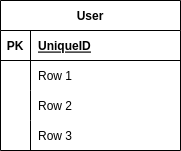
This is Book_Exchange.drawio.png from sobirjonovme/book_exchange_api, a draw.io export, as it was before one commit. Source tidied: cells renumbered, new cells last; positions are measured from the earlier drawing's top-left corner, leaving out a move shared by most shapes. Its diagram source:
```xml
<mxGraphModel>
  <root>
    <mxCell id="0" />
    <mxCell id="1" parent="0" />
    <mxCell id="2" value="User" style="shape=table;startSize=30;rowLines=0;fontStyle=1;align=center;" parent="1" vertex="1">
      <mxGeometry width="180" height="150" as="geometry" />
    </mxCell>
    <mxCell id="3" style="shape=tableRow;horizontal=0;startSize=0;swimlaneHead=0;swimlaneBody=0;fillColor=none;points=[[0,0.5],[1,0.5]];portConstraint=eastwest;top=0;left=0;right=0;bottom=1;" parent="2" vertex="1">
      <mxGeometry y="30" width="180" height="30" as="geometry" />
    </mxCell>
    <mxCell id="4" value="PK" style="shape=partialRectangle;fillColor=none;top=0;left=0;bottom=0;right=0;fontStyle=1;overflow=hidden;" parent="3" vertex="1">
      <mxGeometry width="30" height="30" as="geometry" />
    </mxCell>
    <mxCell id="5" value="UniqueID" style="shape=partialRectangle;fillColor=none;top=0;left=0;bottom=0;right=0;align=left;spacingLeft=6;fontStyle=5;overflow=hidden;" parent="3" vertex="1">
      <mxGeometry x="30" width="150" height="30" as="geometry" />
    </mxCell>
    <mxCell id="6" style="shape=tableRow;horizontal=0;startSize=0;swimlaneHead=0;swimlaneBody=0;fillColor=none;top=0;left=0;right=0;bottom=0;" parent="2" vertex="1">
      <mxGeometry y="60" width="180" height="30" as="geometry" />
    </mxCell>
    <mxCell id="7" style="shape=partialRectangle;fillColor=none;top=0;left=0;bottom=0;right=0;overflow=hidden;" parent="6" vertex="1">
      <mxGeometry width="30" height="30" as="geometry" />
    </mxCell>
    <mxCell id="8" value="Row 1" style="shape=partialRectangle;fillColor=none;top=0;left=0;bottom=0;right=0;align=left;spacingLeft=6;overflow=hidden;" parent="6" vertex="1">
      <mxGeometry x="30" width="150" height="30" as="geometry" />
    </mxCell>
    <mxCell id="9" style="shape=tableRow;horizontal=0;startSize=0;swimlaneHead=0;swimlaneBody=0;fillColor=none;top=0;left=0;right=0;bottom=0;" parent="2" vertex="1">
      <mxGeometry y="90" width="180" height="30" as="geometry" />
    </mxCell>
    <mxCell id="10" style="shape=partialRectangle;fillColor=none;top=0;left=0;bottom=0;right=0;overflow=hidden;" parent="9" vertex="1">
      <mxGeometry width="30" height="30" as="geometry" />
    </mxCell>
    <mxCell id="11" value="Row 2" style="shape=partialRectangle;fillColor=none;top=0;left=0;bottom=0;right=0;align=left;spacingLeft=6;overflow=hidden;" parent="9" vertex="1">
      <mxGeometry x="30" width="150" height="30" as="geometry" />
    </mxCell>
    <mxCell id="12" style="shape=tableRow;horizontal=0;startSize=0;swimlaneHead=0;swimlaneBody=0;fillColor=none;top=0;left=0;right=0;bottom=0;" parent="2" vertex="1">
      <mxGeometry y="120" width="180" height="30" as="geometry" />
    </mxCell>
    <mxCell id="13" style="shape=partialRectangle;fillColor=none;top=0;left=0;bottom=0;right=0;overflow=hidden;" parent="12" vertex="1">
      <mxGeometry width="30" height="30" as="geometry" />
    </mxCell>
    <mxCell id="14" value="Row 3" style="shape=partialRectangle;fillColor=none;top=0;left=0;bottom=0;right=0;align=left;spacingLeft=6;overflow=hidden;" parent="12" vertex="1">
      <mxGeometry x="30" width="150" height="30" as="geometry" />
    </mxCell>
  </root>
</mxGraphModel>
```
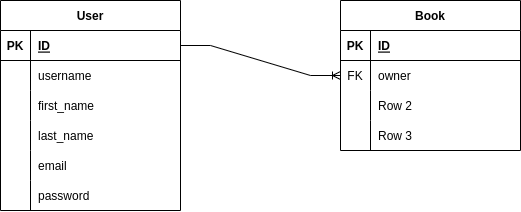
The same file after the commit.

Change to the diagram source:
```diff
@@ -3,7 +3,7 @@
     <mxCell id="0" />
     <mxCell id="1" parent="0" />
     <mxCell id="2" value="User" style="shape=table;startSize=30;rowLines=0;fontStyle=1;align=center;" parent="1" vertex="1">
-      <mxGeometry width="180" height="150" as="geometry" />
+      <mxGeometry width="180" height="210" as="geometry" />
     </mxCell>
     <mxCell id="3" style="shape=tableRow;horizontal=0;startSize=0;swimlaneHead=0;swimlaneBody=0;fillColor=none;points=[[0,0.5],[1,0.5]];portConstraint=eastwest;top=0;left=0;right=0;bottom=1;" parent="2" vertex="1">
       <mxGeometry y="30" width="180" height="30" as="geometry" />
@@ -11,7 +11,7 @@
     <mxCell id="4" value="PK" style="shape=partialRectangle;fillColor=none;top=0;left=0;bottom=0;right=0;fontStyle=1;overflow=hidden;" parent="3" vertex="1">
       <mxGeometry width="30" height="30" as="geometry" />
     </mxCell>
-    <mxCell id="5" value="UniqueID" style="shape=partialRectangle;fillColor=none;top=0;left=0;bottom=0;right=0;align=left;spacingLeft=6;fontStyle=5;overflow=hidden;" parent="3" vertex="1">
+    <mxCell id="5" value="ID" style="shape=partialRectangle;fillColor=none;top=0;left=0;bottom=0;right=0;align=left;spacingLeft=6;fontStyle=5;overflow=hidden;" parent="3" vertex="1">
       <mxGeometry x="30" width="150" height="30" as="geometry" />
     </mxCell>
     <mxCell id="6" style="shape=tableRow;horizontal=0;startSize=0;swimlaneHead=0;swimlaneBody=0;fillColor=none;top=0;left=0;right=0;bottom=0;" parent="2" vertex="1">
@@ -20,7 +20,7 @@
     <mxCell id="7" style="shape=partialRectangle;fillColor=none;top=0;left=0;bottom=0;right=0;overflow=hidden;" parent="6" vertex="1">
       <mxGeometry width="30" height="30" as="geometry" />
     </mxCell>
-    <mxCell id="8" value="Row 1" style="shape=partialRectangle;fillColor=none;top=0;left=0;bottom=0;right=0;align=left;spacingLeft=6;overflow=hidden;" parent="6" vertex="1">
+    <mxCell id="8" value="username" style="shape=partialRectangle;fillColor=none;top=0;left=0;bottom=0;right=0;align=left;spacingLeft=6;overflow=hidden;" parent="6" vertex="1">
       <mxGeometry x="30" width="150" height="30" as="geometry" />
     </mxCell>
     <mxCell id="9" style="shape=tableRow;horizontal=0;startSize=0;swimlaneHead=0;swimlaneBody=0;fillColor=none;top=0;left=0;right=0;bottom=0;" parent="2" vertex="1">
@@ -29,7 +29,7 @@
     <mxCell id="10" style="shape=partialRectangle;fillColor=none;top=0;left=0;bottom=0;right=0;overflow=hidden;" parent="9" vertex="1">
       <mxGeometry width="30" height="30" as="geometry" />
     </mxCell>
-    <mxCell id="11" value="Row 2" style="shape=partialRectangle;fillColor=none;top=0;left=0;bottom=0;right=0;align=left;spacingLeft=6;overflow=hidden;" parent="9" vertex="1">
+    <mxCell id="11" value="first_name" style="shape=partialRectangle;fillColor=none;top=0;left=0;bottom=0;right=0;align=left;spacingLeft=6;overflow=hidden;" parent="9" vertex="1">
       <mxGeometry x="30" width="150" height="30" as="geometry" />
     </mxCell>
     <mxCell id="12" style="shape=tableRow;horizontal=0;startSize=0;swimlaneHead=0;swimlaneBody=0;fillColor=none;top=0;left=0;right=0;bottom=0;" parent="2" vertex="1">
@@ -38,8 +38,68 @@
     <mxCell id="13" style="shape=partialRectangle;fillColor=none;top=0;left=0;bottom=0;right=0;overflow=hidden;" parent="12" vertex="1">
       <mxGeometry width="30" height="30" as="geometry" />
     </mxCell>
-    <mxCell id="14" value="Row 3" style="shape=partialRectangle;fillColor=none;top=0;left=0;bottom=0;right=0;align=left;spacingLeft=6;overflow=hidden;" parent="12" vertex="1">
+    <mxCell id="14" value="last_name" style="shape=partialRectangle;fillColor=none;top=0;left=0;bottom=0;right=0;align=left;spacingLeft=6;overflow=hidden;" parent="12" vertex="1">
       <mxGeometry x="30" width="150" height="30" as="geometry" />
     </mxCell>
+    <mxCell id="15" style="shape=tableRow;horizontal=0;startSize=0;swimlaneHead=0;swimlaneBody=0;fillColor=none;top=0;left=0;right=0;bottom=0;" parent="2" vertex="1">
+      <mxGeometry y="150" width="180" height="30" as="geometry" />
+    </mxCell>
+    <mxCell id="16" style="shape=partialRectangle;fillColor=none;top=0;left=0;bottom=0;right=0;overflow=hidden;" parent="15" vertex="1">
+      <mxGeometry width="30" height="30" as="geometry" />
+    </mxCell>
+    <mxCell id="17" value="email" style="shape=partialRectangle;fillColor=none;top=0;left=0;bottom=0;right=0;align=left;spacingLeft=6;overflow=hidden;" parent="15" vertex="1">
+      <mxGeometry x="30" width="150" height="30" as="geometry" />
+    </mxCell>
+    <mxCell id="18" style="shape=tableRow;horizontal=0;startSize=0;swimlaneHead=0;swimlaneBody=0;fillColor=none;top=0;left=0;right=0;bottom=0;" parent="2" vertex="1">
+      <mxGeometry y="180" width="180" height="30" as="geometry" />
+    </mxCell>
+    <mxCell id="19" style="shape=partialRectangle;fillColor=none;top=0;left=0;bottom=0;right=0;overflow=hidden;" parent="18" vertex="1">
+      <mxGeometry width="30" height="30" as="geometry" />
+    </mxCell>
+    <mxCell id="20" value="password" style="shape=partialRectangle;fillColor=none;top=0;left=0;bottom=0;right=0;align=left;spacingLeft=6;overflow=hidden;" parent="18" vertex="1">
+      <mxGeometry x="30" width="150" height="30" as="geometry" />
+    </mxCell>
+    <mxCell id="21" value="Book" style="shape=table;startSize=30;rowLines=0;fontStyle=1;align=center;" parent="1" vertex="1">
+      <mxGeometry x="340" width="180" height="150" as="geometry" />
+    </mxCell>
+    <mxCell id="22" style="shape=tableRow;horizontal=0;startSize=0;swimlaneHead=0;swimlaneBody=0;fillColor=none;top=0;left=0;right=0;bottom=1;" parent="21" vertex="1">
+      <mxGeometry y="30" width="180" height="30" as="geometry" />
+    </mxCell>
+    <mxCell id="23" value="PK" style="shape=partialRectangle;fillColor=none;top=0;left=0;bottom=0;right=0;fontStyle=1;overflow=hidden;" parent="22" vertex="1">
+      <mxGeometry width="30" height="30" as="geometry" />
+    </mxCell>
+    <mxCell id="24" value="ID" style="shape=partialRectangle;fillColor=none;top=0;left=0;bottom=0;right=0;align=left;spacingLeft=6;fontStyle=5;overflow=hidden;" parent="22" vertex="1">
+      <mxGeometry x="30" width="150" height="30" as="geometry" />
+    </mxCell>
+    <mxCell id="25" style="shape=tableRow;horizontal=0;startSize=0;swimlaneHead=0;swimlaneBody=0;fillColor=none;points=[[0,0.5],[1,0.5]];portConstraint=eastwest;top=0;left=0;right=0;bottom=0;" parent="21" vertex="1">
+      <mxGeometry y="60" width="180" height="30" as="geometry" />
+    </mxCell>
+    <mxCell id="26" value="FK" style="shape=partialRectangle;fillColor=none;top=0;left=0;bottom=0;right=0;overflow=hidden;" parent="25" vertex="1">
+      <mxGeometry width="30" height="30" as="geometry" />
+    </mxCell>
+    <mxCell id="27" value="owner" style="shape=partialRectangle;fillColor=none;top=0;left=0;bottom=0;right=0;align=left;spacingLeft=6;overflow=hidden;" parent="25" vertex="1">
+      <mxGeometry x="30" width="150" height="30" as="geometry" />
+    </mxCell>
+    <mxCell id="28" style="shape=tableRow;horizontal=0;startSize=0;swimlaneHead=0;swimlaneBody=0;fillColor=none;top=0;left=0;right=0;bottom=0;" parent="21" vertex="1">
+      <mxGeometry y="90" width="180" height="30" as="geometry" />
+    </mxCell>
+    <mxCell id="29" style="shape=partialRectangle;fillColor=none;top=0;left=0;bottom=0;right=0;overflow=hidden;" parent="28" vertex="1">
+      <mxGeometry width="30" height="30" as="geometry" />
+    </mxCell>
+    <mxCell id="30" value="Row 2" style="shape=partialRectangle;fillColor=none;top=0;left=0;bottom=0;right=0;align=left;spacingLeft=6;overflow=hidden;" parent="28" vertex="1">
+      <mxGeometry x="30" width="150" height="30" as="geometry" />
+    </mxCell>
+    <mxCell id="31" style="shape=tableRow;horizontal=0;startSize=0;swimlaneHead=0;swimlaneBody=0;fillColor=none;top=0;left=0;right=0;bottom=0;" parent="21" vertex="1">
+      <mxGeometry y="120" width="180" height="30" as="geometry" />
+    </mxCell>
+    <mxCell id="32" style="shape=partialRectangle;fillColor=none;top=0;left=0;bottom=0;right=0;overflow=hidden;" parent="31" vertex="1">
+      <mxGeometry width="30" height="30" as="geometry" />
+    </mxCell>
+    <mxCell id="33" value="Row 3" style="shape=partialRectangle;fillColor=none;top=0;left=0;bottom=0;right=0;align=left;spacingLeft=6;overflow=hidden;" parent="31" vertex="1">
+      <mxGeometry x="30" width="150" height="30" as="geometry" />
+    </mxCell>
+    <mxCell id="34" style="edgeStyle=entityRelationEdgeStyle;fontSize=12;html=1;endArrow=ERoneToMany;rounded=0;exitX=1;exitY=0.5;exitDx=0;exitDy=0;" parent="1" edge="1" source="3" target="25">
+      <mxGeometry relative="1" as="geometry" />
+    </mxCell>
   </root>
 </mxGraphModel>
```
